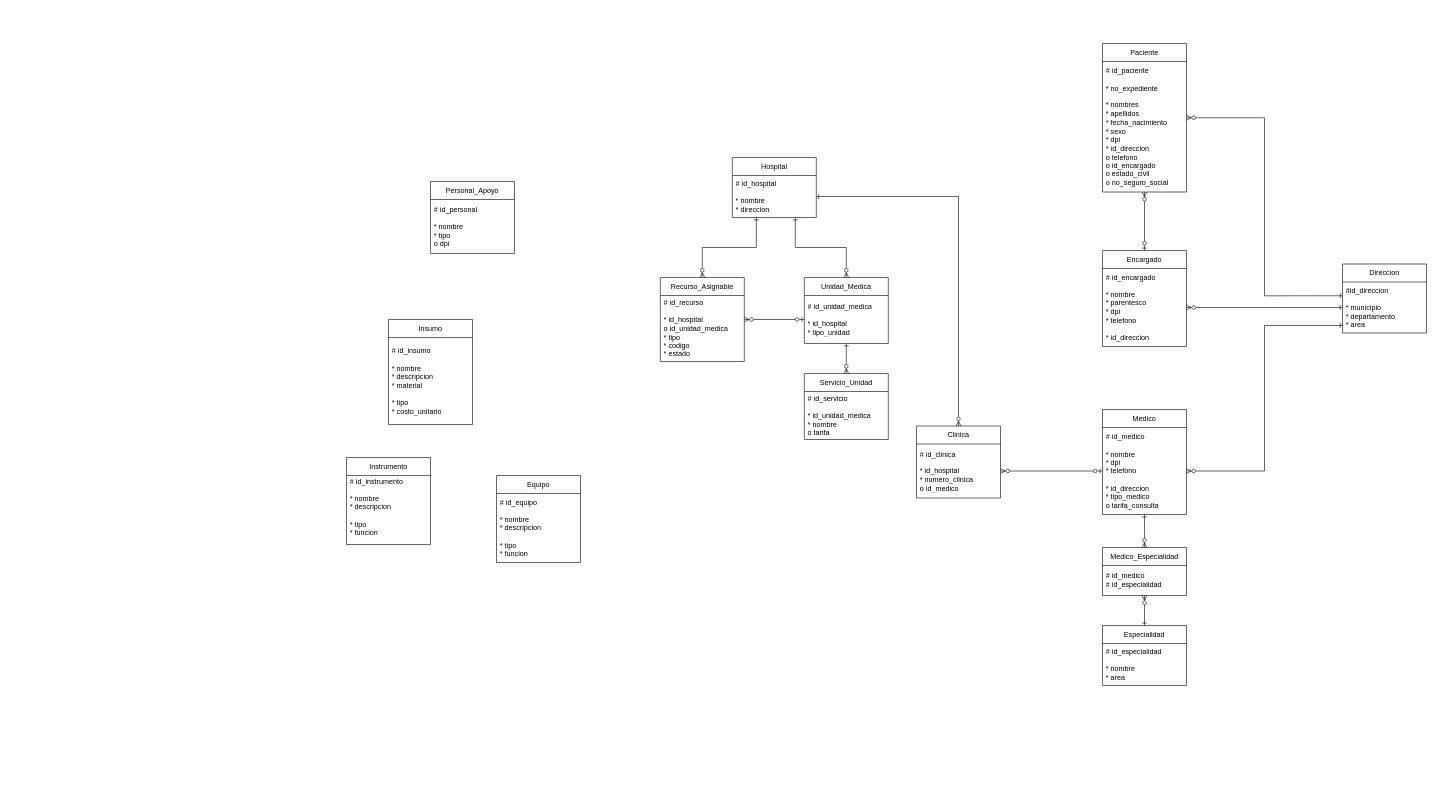
The draw.io diagram modelo/Diagrama er.drawio in Jbrod5/P1_BD1, before the edit. Source tidied: cells renumbered, new cells numbered last; positions are measured from the earlier drawing's top-left corner, leaving out a move shared by most shapes. Both pictures are drawn from the tidied source at 60%, with x=0, y=0 at pixel (346, 43).
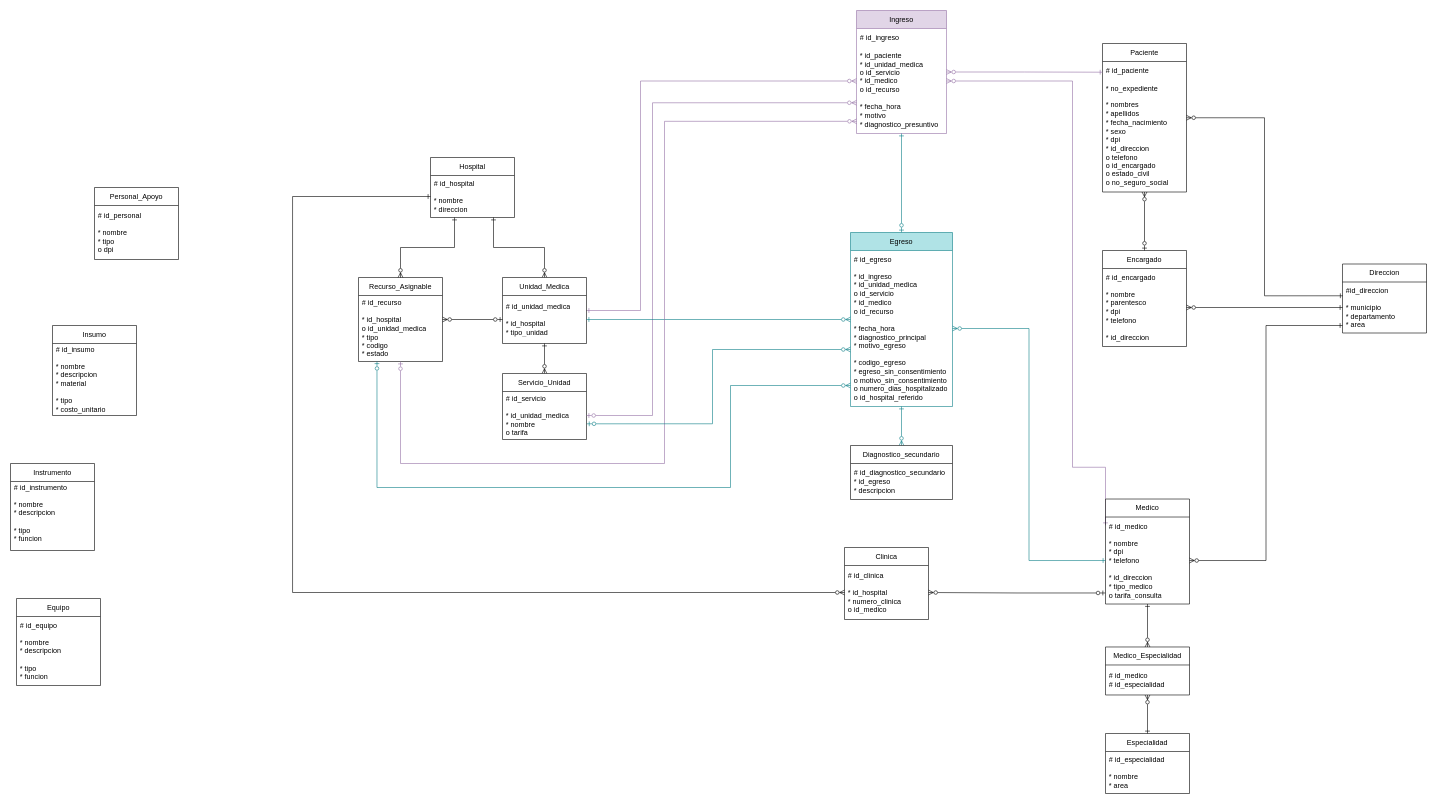
Above is the later version.

Commit message (it also covers changes not shown here):
ingresos y egresos

Unchanged cells that the change refers to:
```xml
<mxCell id="5" value="&lt;font face=&quot;Helvetica&quot;&gt;# id_hospital&amp;nbsp;&lt;/font&gt;&lt;div&gt;&lt;font face=&quot;Helvetica&quot;&gt;&lt;br&gt;&lt;/font&gt;&lt;/div&gt;&lt;div&gt;&lt;font face=&quot;Helvetica&quot;&gt;* nombre&lt;/font&gt;&lt;/div&gt;&lt;div&gt;&lt;font face=&quot;Helvetica&quot;&gt;* direccion&lt;/font&gt;&lt;/div&gt;" style="text;strokeColor=none;fillColor=none;align=left;verticalAlign=middle;spacingLeft=4;spacingRight=4;overflow=hidden;points=[[0,0.5],[1,0.5]];portConstraint=eastwest;whiteSpace=wrap;html=1;" parent="4" vertex="1">
  <mxGeometry y="30" width="140" height="70" as="geometry" />
</mxCell>
<mxCell id="23" value="# id_medico&lt;div&gt;&lt;br&gt;&lt;/div&gt;&lt;div&gt;* nombre&lt;/div&gt;&lt;div&gt;* dpi&lt;/div&gt;&lt;div&gt;* telefono&amp;nbsp;&lt;/div&gt;&lt;div&gt;&lt;br&gt;&lt;/div&gt;&lt;div&gt;* id_direccion&amp;nbsp;&lt;/div&gt;&lt;div&gt;* tipo_medico&lt;/div&gt;&lt;div&gt;o tarifa_consulta&lt;/div&gt;" style="text;strokeColor=none;fillColor=none;align=left;verticalAlign=middle;spacingLeft=4;spacingRight=4;overflow=hidden;points=[[0,0.5],[1,0.5]];portConstraint=eastwest;whiteSpace=wrap;html=1;" parent="22" vertex="1">
  <mxGeometry y="30" width="140" height="145" as="geometry" />
</mxCell>
<mxCell id="26" value="# id_paciente&lt;div&gt;&lt;br&gt;&lt;/div&gt;&lt;div&gt;* no_expediente&lt;/div&gt;&lt;div&gt;&lt;br&gt;&lt;/div&gt;&lt;div&gt;* nombres&lt;/div&gt;&lt;div&gt;* apellidos&lt;/div&gt;&lt;div&gt;* fecha_nacimiento&lt;/div&gt;&lt;div&gt;* sexo&lt;/div&gt;&lt;div&gt;* dpi&lt;/div&gt;&lt;div&gt;* id_direccion&amp;nbsp;&lt;/div&gt;&lt;div&gt;o telefono&amp;nbsp;&lt;/div&gt;&lt;div&gt;o id_encargado&lt;/div&gt;&lt;div&gt;o estado_civil&lt;/div&gt;&lt;div&gt;o no_seguro_social&lt;/div&gt;" style="text;strokeColor=none;fillColor=none;align=left;verticalAlign=middle;spacingLeft=4;spacingRight=4;overflow=hidden;points=[[0,0.5],[1,0.5]];portConstraint=eastwest;whiteSpace=wrap;html=1;" parent="25" vertex="1">
  <mxGeometry y="30" width="140" height="217.5" as="geometry" />
</mxCell>
<mxCell id="35" value="# id_unidad_medica&lt;div&gt;&lt;br&gt;&lt;/div&gt;&lt;div&gt;* id_hospital&lt;/div&gt;&lt;div&gt;* tipo_unidad&lt;/div&gt;" style="text;strokeColor=none;fillColor=none;align=left;verticalAlign=middle;spacingLeft=4;spacingRight=4;overflow=hidden;points=[[0,0.5],[1,0.5]];portConstraint=eastwest;whiteSpace=wrap;html=1;" parent="34" vertex="1">
  <mxGeometry y="30" width="140" height="80" as="geometry" />
</mxCell>
<mxCell id="37" value="# id_servicio&lt;div&gt;&lt;br&gt;&lt;/div&gt;&lt;div&gt;* id_unidad_medica&lt;/div&gt;&lt;div&gt;* nombre&lt;/div&gt;&lt;div&gt;o tarifa&lt;/div&gt;" style="text;strokeColor=none;fillColor=none;align=left;verticalAlign=middle;spacingLeft=4;spacingRight=4;overflow=hidden;points=[[0,0.5],[1,0.5]];portConstraint=eastwest;whiteSpace=wrap;html=1;" parent="36" vertex="1">
  <mxGeometry y="30" width="140" height="80" as="geometry" />
</mxCell>
<mxCell id="40" value="# id_recurso&lt;div&gt;&lt;br&gt;&lt;/div&gt;&lt;div&gt;* id_hospital&lt;/div&gt;&lt;div&gt;o id_unidad_medica&lt;/div&gt;&lt;div&gt;* tipo&lt;/div&gt;&lt;div&gt;* codigo&lt;/div&gt;&lt;div&gt;* estado&lt;/div&gt;" style="text;strokeColor=none;fillColor=none;align=left;verticalAlign=middle;spacingLeft=4;spacingRight=4;overflow=hidden;points=[[0,0.5],[1,0.5]];portConstraint=eastwest;whiteSpace=wrap;html=1;" parent="39" vertex="1">
  <mxGeometry y="30" width="140" height="110" as="geometry" />
</mxCell>
<mxCell id="43" value="&lt;font face=&quot;Helvetica&quot;&gt;# id_clinica&amp;nbsp;&lt;/font&gt;&lt;div&gt;&lt;font face=&quot;Helvetica&quot;&gt;&lt;br&gt;&lt;/font&gt;&lt;/div&gt;&lt;div&gt;* id_hospital&lt;/div&gt;&lt;div&gt;* numero_clinica&lt;/div&gt;&lt;div&gt;o id_medico&lt;/div&gt;" style="text;strokeColor=none;fillColor=none;align=left;verticalAlign=middle;spacingLeft=4;spacingRight=4;overflow=hidden;points=[[0,0.5],[1,0.5]];portConstraint=eastwest;whiteSpace=wrap;html=1;" parent="42" vertex="1">
  <mxGeometry y="30" width="140" height="90" as="geometry" />
</mxCell>
```

What changed in the source:
```diff
@@
-    <mxCell id="3" style="edgeStyle=orthogonalEdgeStyle;rounded=0;jettySize=auto;html=1;entryX=0.5;entryY=0;entryDx=0;entryDy=0;exitX=1;exitY=0.5;exitDx=0;exitDy=0;startArrow=ERone;startFill=0;endArrow=ERzeroToMany;endFill=0;" parent="1" edge="1" source="5" target="42">
+    <mxCell id="3" style="edgeStyle=orthogonalEdgeStyle;rounded=0;jettySize=auto;html=1;entryX=0;entryY=0.5;entryDx=0;entryDy=0;exitX=0;exitY=0.5;exitDx=0;exitDy=0;startArrow=ERone;startFill=0;endArrow=ERzeroToMany;endFill=0;" parent="1" edge="1" source="5" target="43">
       <mxGeometry relative="1" as="geometry">
         <Array as="points">
-          <mxPoint x="1020" y="255" />
+          <mxPoint x="-89.9" y="255" />
+          <mxPoint x="-90" y="915" />
         </Array>
       </mxGeometry>
     </mxCell>
     <mxCell id="4" value="Hospital" style="swimlane;fontStyle=0;horizontal=1;startSize=30;whiteSpace=wrap;html=1;" parent="1" vertex="1">
-      <mxGeometry x="643" y="190" width="140" height="100" as="geometry" />
+      <mxGeometry x="140" y="190" width="140" height="100" as="geometry" />
     </mxCell>
@@
     <mxCell id="8" value="Especialidad" style="swimlane;fontStyle=0;horizontal=1;startSize=30;whiteSpace=wrap;html=1;" parent="1" vertex="1">
-      <mxGeometry x="1260" y="970" width="140" height="100" as="geometry" />
+      <mxGeometry x="1265" y="1150" width="140" height="100" as="geometry" />
     </mxCell>
@@
     <mxCell id="10" value="Personal_Apoyo" style="swimlane;fontStyle=0;horizontal=1;startSize=30;whiteSpace=wrap;html=1;" parent="1" vertex="1">
-      <mxGeometry x="140" y="230" width="140" height="120" as="geometry" />
+      <mxGeometry x="-420" y="240" width="140" height="120" as="geometry" />
     </mxCell>
@@
     <mxCell id="12" value="Insumo" style="swimlane;fontStyle=0;horizontal=1;startSize=30;whiteSpace=wrap;html=1;" parent="1" vertex="1">
-      <mxGeometry x="70" y="460" width="140" height="175" as="geometry" />
+      <mxGeometry x="-490" y="470" width="140" height="150" as="geometry" />
     </mxCell>
     <mxCell id="13" value="# id_insumo&lt;div&gt;&lt;br&gt;&lt;/div&gt;&lt;div&gt;* nombre&lt;/div&gt;&lt;div&gt;* descripcion&lt;/div&gt;&lt;div&gt;* material&lt;/div&gt;&lt;div&gt;&lt;br&gt;&lt;/div&gt;&lt;div&gt;* tipo&amp;nbsp;&lt;/div&gt;&lt;div&gt;* costo_unitario&lt;/div&gt;" style="text;strokeColor=none;fillColor=none;align=left;verticalAlign=middle;spacingLeft=4;spacingRight=4;overflow=hidden;whiteSpace=wrap;html=1;" parent="12" vertex="1">
-      <mxGeometry y="30" width="140" height="145" as="geometry" />
+      <mxGeometry y="30" width="140" height="120" as="geometry" />
     </mxCell>
     <mxCell id="14" value="Instrumento" style="swimlane;fontStyle=0;horizontal=1;startSize=30;whiteSpace=wrap;html=1;" parent="1" vertex="1">
-      <mxGeometry y="690" width="140" height="145" as="geometry" />
+      <mxGeometry x="-560" y="700" width="140" height="145" as="geometry" />
     </mxCell>
@@
     <mxCell id="16" value="Equipo" style="swimlane;fontStyle=0;horizontal=1;startSize=30;whiteSpace=wrap;html=1;" parent="1" vertex="1">
-      <mxGeometry x="250" y="720" width="140" height="145" as="geometry" />
+      <mxGeometry x="-550" y="925" width="140" height="145" as="geometry" />
     </mxCell>
@@
+    <mxCell id="44" style="edgeStyle=orthogonalEdgeStyle;rounded=0;jettySize=auto;html=1;entryX=1;entryY=0.5;entryDx=0;entryDy=0;startArrow=ERone;startFill=0;endArrow=ERzeroToMany;endFill=0;exitX=0;exitY=0.25;exitDx=0;exitDy=0;fillColor=#e1d5e7;strokeColor=#9673a6;" parent="1" edge="1" source="22" target="49">
+      <mxGeometry relative="1" as="geometry">
+        <Array as="points">
+          <mxPoint x="1210" y="706.3" />
+          <mxPoint x="1210" y="62.5" />
+        </Array>
+      </mxGeometry>
+    </mxCell>
     <mxCell id="22" value="Medico" style="swimlane;fontStyle=0;horizontal=1;startSize=30;whiteSpace=wrap;html=1;" parent="1" vertex="1">
-      <mxGeometry x="1260" y="610" width="140" height="175" as="geometry" />
+      <mxGeometry x="1265" y="759.2" width="140" height="175" as="geometry" />
     </mxCell>
@@
-    <mxCell id="24" style="edgeStyle=orthogonalEdgeStyle;rounded=0;jettySize=auto;html=1;entryX=1;entryY=0.5;entryDx=0;entryDy=0;exitX=0;exitY=0.5;exitDx=0;exitDy=0;startArrow=ERzeroToOne;startFill=0;endArrow=ERzeroToMany;endFill=0;" parent="1" edge="1" source="23" target="43">
+    <mxCell id="24" style="edgeStyle=orthogonalEdgeStyle;rounded=0;jettySize=auto;html=1;entryX=1;entryY=0.5;entryDx=0;entryDy=0;exitX=-0.003;exitY=0.873;exitDx=0;exitDy=0;startArrow=ERzeroToOne;startFill=0;endArrow=ERzeroToMany;endFill=0;exitPerimeter=0;" parent="1" edge="1" source="23" target="43">
       <mxGeometry relative="1" as="geometry" />
     </mxCell>
@@
     <mxCell id="30" value="Medico_Especialidad" style="swimlane;fontStyle=0;horizontal=1;startSize=30;whiteSpace=wrap;html=1;" parent="1" vertex="1">
-      <mxGeometry x="1260" y="840" width="140" height="80" as="geometry" />
+      <mxGeometry x="1265" y="1005.8" width="140" height="80" as="geometry" />
     </mxCell>
@@
+    <mxCell id="45" style="edgeStyle=orthogonalEdgeStyle;rounded=0;jettySize=auto;html=1;exitX=1;exitY=0.5;exitDx=0;exitDy=0;entryX=0;entryY=0.5;entryDx=0;entryDy=0;fillColor=#e1d5e7;strokeColor=#9673a6;endArrow=ERzeroToMany;endFill=0;startArrow=ERone;startFill=0;" parent="1" edge="1" source="34" target="49">
+      <mxGeometry relative="1" as="geometry">
+        <Array as="points">
+          <mxPoint x="490" y="445" />
+          <mxPoint x="490" y="62.5" />
+        </Array>
+      </mxGeometry>
+    </mxCell>
     <mxCell id="34" value="Unidad_Medica" style="swimlane;fontStyle=0;horizontal=1;startSize=30;whiteSpace=wrap;html=1;" parent="1" vertex="1">
-      <mxGeometry x="763" y="390" width="140" height="110" as="geometry" />
+      <mxGeometry x="260" y="390" width="140" height="110" as="geometry" />
     </mxCell>
@@
     <mxCell id="36" value="Servicio_Unidad" style="swimlane;fontStyle=0;horizontal=1;startSize=30;whiteSpace=wrap;html=1;" parent="1" vertex="1">
-      <mxGeometry x="763" y="550" width="140" height="110" as="geometry" />
+      <mxGeometry x="260" y="550" width="140" height="110" as="geometry" />
     </mxCell>
@@
     <mxCell id="39" value="Recurso_Asignable" style="swimlane;fontStyle=0;horizontal=1;startSize=30;whiteSpace=wrap;html=1;" parent="1" vertex="1">
-      <mxGeometry x="523" y="390" width="140" height="140" as="geometry" />
+      <mxGeometry x="20" y="390" width="140" height="140" as="geometry" />
     </mxCell>
@@
     <mxCell id="41" style="edgeStyle=orthogonalEdgeStyle;rounded=0;jettySize=auto;html=1;exitX=0.286;exitY=1;exitDx=0;exitDy=0;entryX=0.5;entryY=0;entryDx=0;entryDy=0;exitPerimeter=0;startArrow=ERone;startFill=0;endArrow=ERzeroToMany;endFill=0;" parent="1" edge="1" source="5" target="39">
       <mxGeometry relative="1" as="geometry">
         <Array as="points">
-          <mxPoint x="683" y="340" />
-          <mxPoint x="593" y="340" />
+          <mxPoint x="180" y="340" />
+          <mxPoint x="90" y="340" />
         </Array>
       </mxGeometry>
     </mxCell>
     <mxCell id="42" value="Clinica" style="swimlane;fontStyle=0;horizontal=1;startSize=30;whiteSpace=wrap;html=1;" parent="1" vertex="1">
-      <mxGeometry x="950" y="637.5" width="140" height="120" as="geometry" />
+      <mxGeometry x="830" y="840" width="140" height="120" as="geometry" />
     </mxCell>
@@
+    <mxCell id="46" style="edgeStyle=orthogonalEdgeStyle;rounded=0;jettySize=auto;html=1;exitX=1;exitY=0.5;exitDx=0;exitDy=0;entryX=0.001;entryY=0.082;entryDx=0;entryDy=0;endArrow=ERone;endFill=0;startArrow=ERzeroToMany;startFill=0;entryPerimeter=0;fillColor=#e1d5e7;strokeColor=#9673a6;" parent="1" edge="1" source="48" target="26">
+      <mxGeometry relative="1" as="geometry" />
+    </mxCell>
+    <mxCell id="47" style="edgeStyle=orthogonalEdgeStyle;rounded=0;jettySize=auto;html=1;entryX=1;entryY=0.5;entryDx=0;entryDy=0;endArrow=ERzeroToOne;endFill=0;startArrow=ERzeroToMany;startFill=0;exitX=0;exitY=0.75;exitDx=0;exitDy=0;fillColor=#e1d5e7;strokeColor=#9673a6;" parent="1" edge="1" source="48" target="37">
+      <mxGeometry relative="1" as="geometry">
+        <Array as="points">
+          <mxPoint x="510" y="98.8" />
+          <mxPoint x="510" y="620" />
+        </Array>
+      </mxGeometry>
+    </mxCell>
+    <mxCell id="48" value="Ingreso" style="swimlane;fontStyle=0;horizontal=1;startSize=30;whiteSpace=wrap;html=1;fillColor=#e1d5e7;strokeColor=#9673a6;" parent="1" vertex="1">
+      <mxGeometry x="850" y="-55" width="150" height="205" as="geometry" />
+    </mxCell>
+    <mxCell id="49" value="# id_ingreso&lt;div&gt;&lt;br&gt;&lt;/div&gt;&lt;div&gt;* id_paciente&lt;/div&gt;&lt;div&gt;* id_unidad_medica&lt;/div&gt;&lt;div&gt;o id_servicio&lt;/div&gt;&lt;div&gt;* id_medico&lt;/div&gt;&lt;div&gt;o id_recurso&lt;/div&gt;&lt;div&gt;&lt;br&gt;&lt;/div&gt;&lt;div&gt;* fecha_hora&lt;br&gt;* motivo&lt;/div&gt;&lt;div&gt;* diagnostico_presuntivo&lt;/div&gt;" style="text;strokeColor=none;fillColor=none;align=left;verticalAlign=middle;spacingLeft=4;spacingRight=4;overflow=hidden;points=[[0,0.5],[1,0.5]];portConstraint=eastwest;whiteSpace=wrap;html=1;" parent="48" vertex="1">
+      <mxGeometry y="30" width="150" height="175" as="geometry" />
+    </mxCell>
+    <mxCell id="50" style="edgeStyle=orthogonalEdgeStyle;rounded=0;jettySize=auto;html=1;exitX=0.5;exitY=0;exitDx=0;exitDy=0;entryX=0.5;entryY=1;entryDx=0;entryDy=0;fillColor=#b0e3e6;strokeColor=#0e8088;endArrow=ERone;endFill=0;startArrow=ERzeroToOne;startFill=0;" parent="1" edge="1" source="53" target="48">
+      <mxGeometry relative="1" as="geometry" />
+    </mxCell>
+    <mxCell id="51" style="edgeStyle=orthogonalEdgeStyle;rounded=0;jettySize=auto;html=1;entryX=1;entryY=0.5;entryDx=0;entryDy=0;fillColor=#b0e3e6;strokeColor=#0e8088;endArrow=ERone;endFill=0;startArrow=ERzeroToMany;startFill=0;" parent="1" edge="1" source="53" target="35">
+      <mxGeometry relative="1" as="geometry" />
+    </mxCell>
+    <mxCell id="52" style="edgeStyle=orthogonalEdgeStyle;rounded=0;jettySize=auto;html=1;exitX=0.5;exitY=1;exitDx=0;exitDy=0;entryX=0.5;entryY=0;entryDx=0;entryDy=0;fillColor=#b0e3e6;strokeColor=#0e8088;endArrow=ERzeroToMany;endFill=0;startArrow=ERone;startFill=0;" parent="1" edge="1" source="53" target="55">
+      <mxGeometry relative="1" as="geometry" />
+    </mxCell>
+    <mxCell id="53" value="Egreso" style="swimlane;fontStyle=0;horizontal=1;startSize=30;whiteSpace=wrap;html=1;fillColor=#b0e3e6;strokeColor=#0e8088;" parent="1" vertex="1">
+      <mxGeometry x="840" y="315" width="170" height="290" as="geometry" />
+    </mxCell>
+    <mxCell id="54" value="# id_egreso&lt;div&gt;&lt;br&gt;&lt;/div&gt;&lt;div&gt;* id_ingreso&lt;/div&gt;&lt;div&gt;* id_unidad_medica&lt;/div&gt;&lt;div&gt;o id_servicio&lt;/div&gt;&lt;div&gt;* id_medico&lt;/div&gt;&lt;div&gt;o id_recurso&lt;/div&gt;&lt;div&gt;&lt;br&gt;&lt;/div&gt;&lt;div&gt;* fecha_hora&lt;/div&gt;&lt;div&gt;* diagnostico_principal&lt;/div&gt;&lt;div&gt;* motivo_egreso&lt;/div&gt;&lt;div&gt;&lt;br&gt;&lt;/div&gt;&lt;div&gt;* codigo_egreso&lt;/div&gt;&lt;div&gt;* egreso_sin_consentimiento&lt;/div&gt;&lt;div&gt;o motivo_sin_consentimiento&lt;/div&gt;&lt;div&gt;o numero_dias_hospitalizado&lt;/div&gt;&lt;div&gt;o id_hospital_referido&lt;/div&gt;" style="text;strokeColor=none;fillColor=none;align=left;verticalAlign=middle;spacingLeft=4;spacingRight=4;overflow=hidden;points=[[0,0.5],[1,0.5]];portConstraint=eastwest;whiteSpace=wrap;html=1;" parent="53" vertex="1">
+      <mxGeometry y="30" width="170" height="260" as="geometry" />
+    </mxCell>
+    <mxCell id="55" value="Diagnostico_secundario" style="swimlane;fontStyle=0;horizontal=1;startSize=30;whiteSpace=wrap;html=1;" parent="1" vertex="1">
+      <mxGeometry x="840" y="670" width="170" height="90" as="geometry" />
+    </mxCell>
+    <mxCell id="56" value="# id_diagnostico_secundario&lt;div&gt;* id_egreso&lt;/div&gt;&lt;div&gt;* descripcion&lt;/div&gt;" style="text;strokeColor=none;fillColor=none;align=left;verticalAlign=middle;spacingLeft=4;spacingRight=4;overflow=hidden;whiteSpace=wrap;html=1;" parent="55" vertex="1">
+      <mxGeometry y="30" width="170" height="60" as="geometry" />
+    </mxCell>
+    <mxCell id="57" style="edgeStyle=orthogonalEdgeStyle;rounded=0;jettySize=auto;html=1;entryX=0.002;entryY=0.884;entryDx=0;entryDy=0;entryPerimeter=0;endArrow=ERzeroToMany;endFill=0;startArrow=ERzeroToOne;startFill=0;fillColor=#e1d5e7;strokeColor=#9673a6;" parent="1" edge="1" source="40" target="49">
+      <mxGeometry relative="1" as="geometry">
+        <Array as="points">
+          <mxPoint x="90" y="700" />
+          <mxPoint x="530" y="700" />
+          <mxPoint x="530" y="129.7" />
+        </Array>
+      </mxGeometry>
+    </mxCell>
+    <mxCell id="58" style="edgeStyle=orthogonalEdgeStyle;rounded=0;jettySize=auto;html=1;entryX=1.004;entryY=0.673;entryDx=0;entryDy=0;entryPerimeter=0;fillColor=#b0e3e6;strokeColor=#0e8088;startArrow=ERzeroToMany;startFill=0;endArrow=ERzeroToOne;endFill=0;" parent="1" edge="1" source="53" target="37">
+      <mxGeometry relative="1" as="geometry">
+        <Array as="points">
+          <mxPoint x="610" y="510" />
+          <mxPoint x="610" y="633.8" />
+        </Array>
+      </mxGeometry>
+    </mxCell>
+    <mxCell id="59" style="edgeStyle=orthogonalEdgeStyle;rounded=0;jettySize=auto;html=1;entryX=0;entryY=0.5;entryDx=0;entryDy=0;fillColor=#b0e3e6;strokeColor=#0e8088;endArrow=ERone;endFill=0;startArrow=ERzeroToMany;startFill=0;" parent="1" edge="1" source="54" target="23">
+      <mxGeometry relative="1" as="geometry" />
+    </mxCell>
+    <mxCell id="60" style="edgeStyle=orthogonalEdgeStyle;rounded=0;jettySize=auto;html=1;entryX=0.22;entryY=0.996;entryDx=0;entryDy=0;entryPerimeter=0;fillColor=#b0e3e6;strokeColor=#0e8088;endArrow=ERzeroToOne;endFill=0;startArrow=ERzeroToMany;startFill=0;" parent="1" edge="1" source="54" target="40">
+      <mxGeometry relative="1" as="geometry">
+        <Array as="points">
+          <mxPoint x="640" y="570" />
+          <mxPoint x="640" y="740" />
+          <mxPoint x="50.8" y="740" />
+        </Array>
+      </mxGeometry>
+    </mxCell>
```
